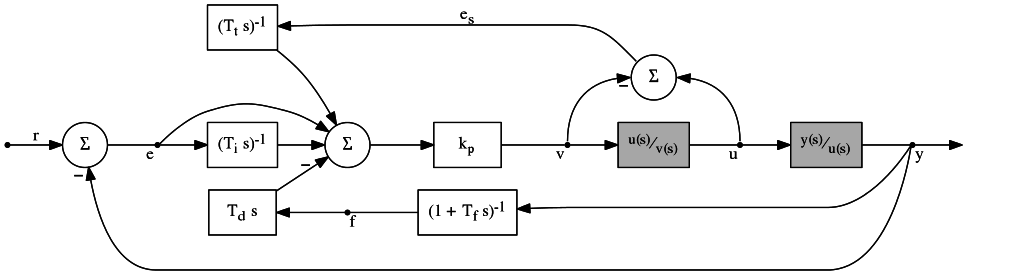
This is helm.png from RhysU/helm, a Graphviz export, as it was before one commit. Its source is kept beside it as helm.dot. Its diagram source:
```dot
digraph g {

    rankdir=LR;
    style=invis;

    subgraph cluster_0 {
        e     [shape=point];
        Ti    [shape=box,    label=<(T<SUB>i</SUB>&thinsp;s)<SUP>-1</SUP>>];
        sum_e [shape=circle, label=<&#931;>];
    }

    actuator [shape=box,    label=<<SUP>u(s)</SUP>&frasl;<SUB>v(s)</SUB>>, style=filled];
    f        [shape=point];
    kp       [shape=box,    label=<k<SUB>p</SUB>>];
    output   [shape=none,   style=invis];
    process  [shape=box,    label=<<SUP>y(s)</SUP>&frasl;<SUB>u(s)</SUB>>, style=filled];
    r        [shape=point];
    sum_es   [shape=circle, label=<&#931;>];
    sum_kp   [shape=circle, label=<&#931;>];
    Td       [shape=box,    label=<T<SUB>d</SUB>&thinsp;s>];
    Tf       [shape=box,    label=<(1 + T<SUB>f</SUB>&thinsp;s)<SUP>-1</SUP>>];
    Tt       [shape=box,    label=<(T<SUB>t</SUB>&thinsp;s)<SUP>-1</SUP>>];
    u        [shape=point];
    v        [shape=point];
    y        [shape=point];

    actuator -> u        [arrowhead=none, headlabel=<u>, weight=10];
    e        -> sum_kp   [];
    e        -> Ti       [];
    f        -> Tf       [dir=back, arrowtail=none, taillabel=<f>];
    kp       -> v        [arrowhead=none, headlabel=<v>, weight=10];
    process  -> y        [weight=10, arrowhead=none];
    r        -> sum_e    [label=<r>];
    sum_e    -> e        [arrowhead=none, headlabel=<e>];
    sum_es   -> u        [dir=back, headport=n, tailport=e];
    sum_e    -> y        [dir=back, taillabel=<<B>&#8722;&thinsp;</B>>];
    sum_kp   -> kp       [weight=10];
    Td       -> f        [dir=back];
    Td       -> sum_kp   [headlabel=<<B>&#8722;&ensp;&ensp;</B>>];
    Tf       -> y        [dir=back];
    Ti       -> sum_kp   [];
    Tt       -> sum_es   [dir=back, label=<e<SUB>s</SUB>>, headport=nw];
    Tt       -> sum_kp   [];
    u        -> process  [weight=10];
    v        -> actuator [weight=10];
    v        -> sum_es   [headlabel=<<B>&#8722;</B>>, tailport=n, headport=w];
    y        -> output   [taillabel=<y>];

}
```
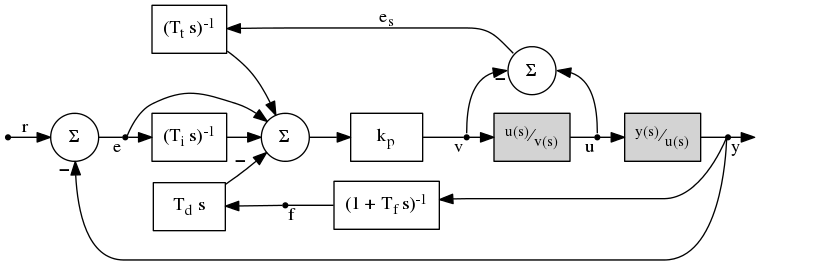
After the change.

Commit message:
Increase diagram compactness

The edit, as a diff of the source:
```diff
@@ -1,6 +1,8 @@
 digraph g {
 
     rankdir=LR;
+    nodesep=0.20;
+    ranksep=0.20;
     style=invis;
 
     subgraph cluster_0 {
```
